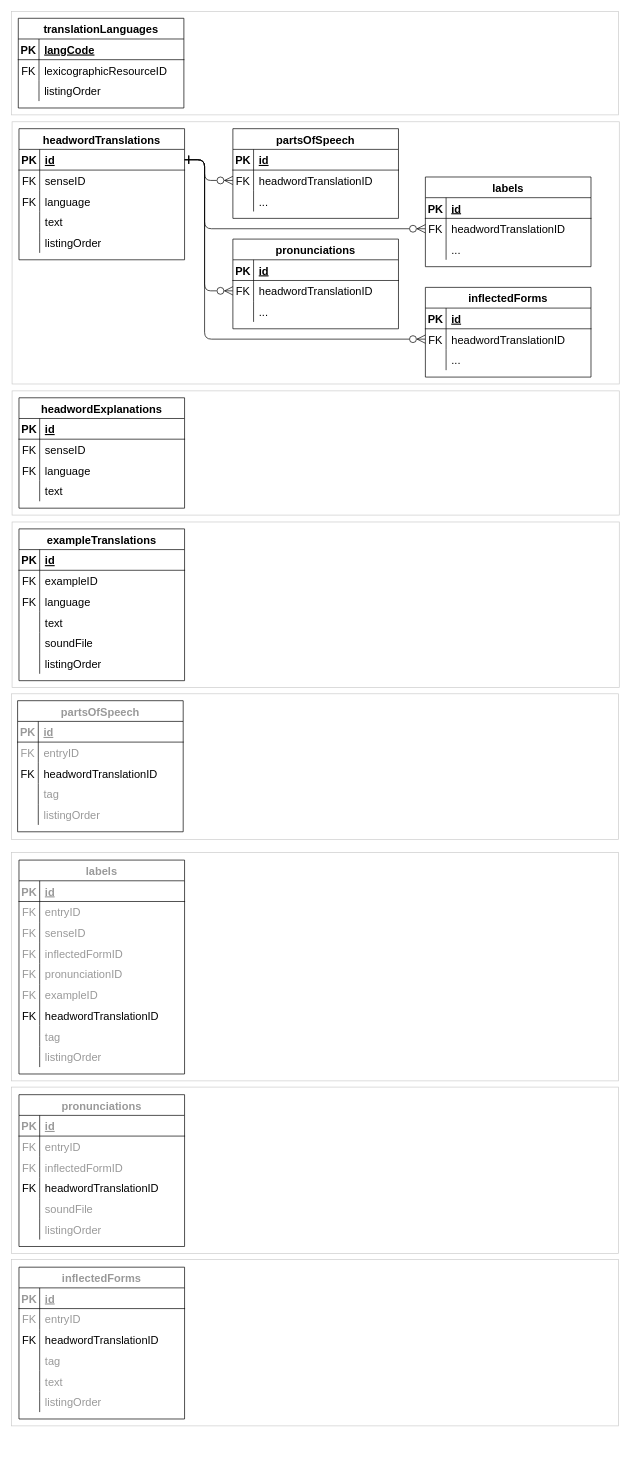
oasis-tcs/lexidma keeps this draw.io diagram as dmlex-v1.0/specification/modules/xlingual/databaseDiagrams/diagrams.drawio. Above is the earlier version. Source tidied: cells renumbered, new cells numbered last; positions are measured from the earlier drawing's top-left corner, leaving out a move shared by most shapes. Both pictures are drawn from the tidied source at 69%, with x=0, y=0 at pixel (11, 11).
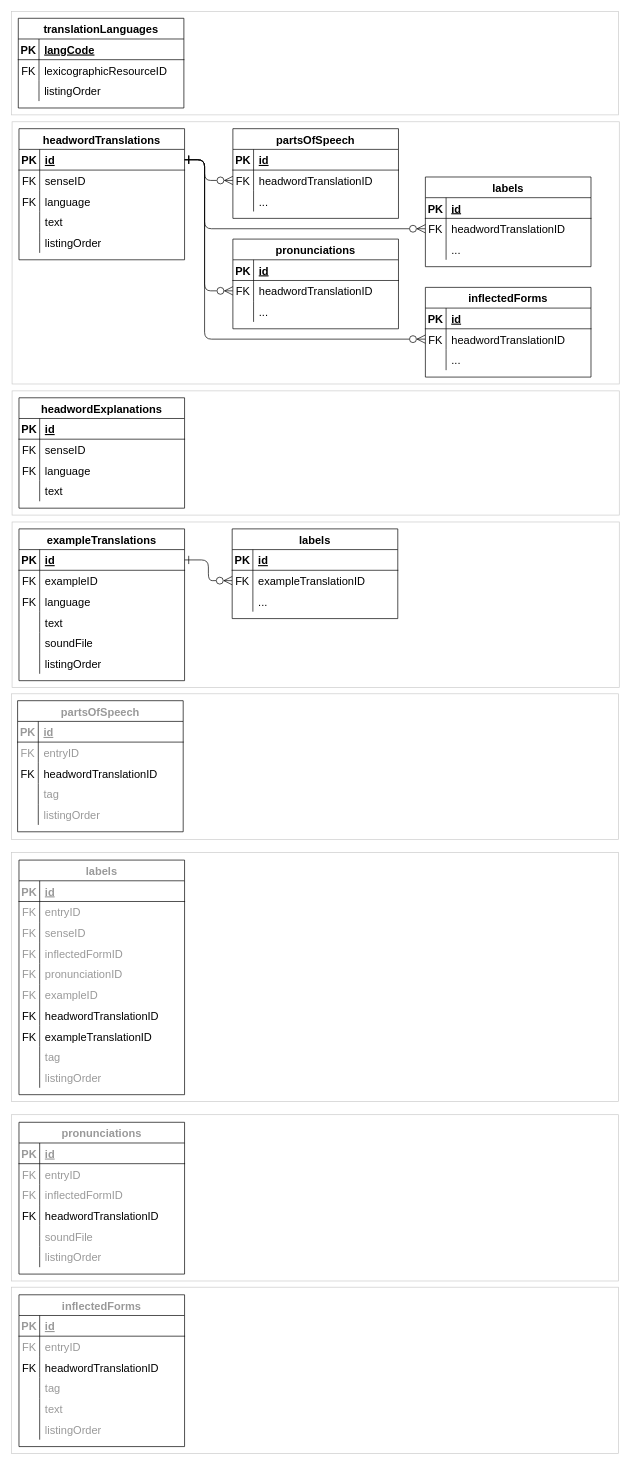
After the change.

Unchanged cells that the change refers to:
```xml
<mxCell id="66" style="shape=tableRow;horizontal=0;startSize=0;swimlaneHead=0;swimlaneBody=0;fillColor=none;points=[[0,0.5],[1,0.5]];portConstraint=eastwest;top=0;left=0;right=0;bottom=1;fontSize=16;" parent="65" vertex="1">
  <mxGeometry y="30" width="240" height="30" as="geometry" />
</mxCell>
```

Diff of the diagram source:
```diff
@@
     <mxCell id="2" style="rounded=0;whiteSpace=wrap;html=1;strokeColor=#CCCCCC;" parent="1" vertex="1">
-      <mxGeometry y="1809" width="880" height="241" as="geometry" />
+      <mxGeometry y="1849" width="880" height="241" as="geometry" />
     </mxCell>
     <mxCell id="3" style="rounded=0;whiteSpace=wrap;html=1;strokeColor=#CCCCCC;" parent="1" vertex="1">
-      <mxGeometry y="1559" width="880" height="241" as="geometry" />
+      <mxGeometry y="1599" width="880" height="241" as="geometry" />
     </mxCell>
     <mxCell id="4" style="rounded=0;whiteSpace=wrap;html=1;strokeColor=#CCCCCC;" parent="1" vertex="1">
-      <mxGeometry y="1219" width="880" height="331" as="geometry" />
+      <mxGeometry y="1219" width="880" height="361" as="geometry" />
     </mxCell>
@@
     <mxCell id="128" value="labels" style="shape=table;startSize=30;childLayout=tableLayout;rowLines=0;fontStyle=1;align=center;fontSize=16;fontColor=#999999;" parent="1" vertex="1">
-      <mxGeometry x="11" y="1230" width="240" height="310" as="geometry" />
+      <mxGeometry x="11" y="1230" width="240" height="340" as="geometry" />
     </mxCell>
@@
+    <mxCell id="194" style="shape=tableRow;horizontal=0;startSize=0;swimlaneHead=0;swimlaneBody=0;fillColor=none;top=0;left=0;right=0;bottom=0;fontSize=16;" parent="128" vertex="1">
+      <mxGeometry y="240" width="240" height="30" as="geometry" />
+    </mxCell>
+    <mxCell id="195" value="FK" style="shape=partialRectangle;fillColor=none;top=0;left=0;bottom=0;right=0;overflow=hidden;fontSize=16;" parent="194" vertex="1">
+      <mxGeometry width="30" height="30" as="geometry" />
+    </mxCell>
+    <mxCell id="196" value="exampleTranslationID" style="shape=partialRectangle;fillColor=none;top=0;left=0;bottom=0;right=0;align=left;spacingLeft=6;overflow=hidden;fontSize=16;" parent="194" vertex="1">
+      <mxGeometry x="30" width="210" height="30" as="geometry" />
+    </mxCell>
     <mxCell id="150" style="shape=tableRow;horizontal=0;startSize=0;swimlaneHead=0;swimlaneBody=0;fillColor=none;top=0;left=0;right=0;bottom=0;fontSize=16;fontColor=#999999;" parent="128" vertex="1">
-      <mxGeometry y="240" width="240" height="30" as="geometry" />
+      <mxGeometry y="270" width="240" height="30" as="geometry" />
     </mxCell>
@@
     <mxCell id="153" style="shape=tableRow;horizontal=0;startSize=0;swimlaneHead=0;swimlaneBody=0;fillColor=none;top=0;left=0;right=0;bottom=0;fontSize=16;fontColor=#999999;" parent="128" vertex="1">
-      <mxGeometry y="270" width="240" height="30" as="geometry" />
+      <mxGeometry y="300" width="240" height="30" as="geometry" />
     </mxCell>
@@
     <mxCell id="156" value="pronunciations" style="shape=table;startSize=30;childLayout=tableLayout;rowLines=0;fontStyle=1;align=center;fontSize=16;fontColor=#999999;" parent="1" vertex="1">
-      <mxGeometry x="11" y="1570" width="240" height="220" as="geometry" />
+      <mxGeometry x="11" y="1610" width="240" height="220" as="geometry" />
     </mxCell>
@@
     <mxCell id="175" value="inflectedForms" style="shape=table;startSize=30;childLayout=tableLayout;rowLines=0;fontStyle=1;align=center;fontSize=16;fontColor=#999999;" parent="1" vertex="1">
-      <mxGeometry x="11" y="1820" width="240" height="220" as="geometry" />
+      <mxGeometry x="11" y="1860" width="240" height="220" as="geometry" />
     </mxCell>
@@
+    <mxCell id="197" value="labels" style="shape=table;startSize=30;childLayout=tableLayout;rowLines=0;fontStyle=1;align=center;fontSize=16;" parent="1" vertex="1">
+      <mxGeometry x="320" y="750" width="240" height="130" as="geometry" />
+    </mxCell>
+    <mxCell id="198" style="shape=tableRow;horizontal=0;startSize=0;swimlaneHead=0;swimlaneBody=0;fillColor=none;top=0;left=0;right=0;bottom=1;fontSize=16;" parent="197" vertex="1">
+      <mxGeometry y="30" width="240" height="30" as="geometry" />
+    </mxCell>
+    <mxCell id="199" value="PK" style="shape=partialRectangle;fillColor=none;top=0;left=0;bottom=0;right=0;fontStyle=1;overflow=hidden;fontSize=16;" parent="198" vertex="1">
+      <mxGeometry width="30" height="30" as="geometry" />
+    </mxCell>
+    <mxCell id="200" value="id" style="shape=partialRectangle;fillColor=none;top=0;left=0;bottom=0;right=0;align=left;spacingLeft=6;fontStyle=5;overflow=hidden;fontSize=16;" parent="198" vertex="1">
+      <mxGeometry x="30" width="210" height="30" as="geometry" />
+    </mxCell>
+    <mxCell id="201" style="shape=tableRow;horizontal=0;startSize=0;swimlaneHead=0;swimlaneBody=0;fillColor=none;points=[[0,0.5],[1,0.5]];portConstraint=eastwest;top=0;left=0;right=0;bottom=0;fontSize=16;" parent="197" vertex="1">
+      <mxGeometry y="60" width="240" height="30" as="geometry" />
+    </mxCell>
+    <mxCell id="202" value="FK" style="shape=partialRectangle;fillColor=none;top=0;left=0;bottom=0;right=0;overflow=hidden;fontSize=16;" parent="201" vertex="1">
+      <mxGeometry width="30" height="30" as="geometry" />
+    </mxCell>
+    <mxCell id="203" value="exampleTranslationID" style="shape=partialRectangle;fillColor=none;top=0;left=0;bottom=0;right=0;align=left;spacingLeft=6;overflow=hidden;fontSize=16;" parent="201" vertex="1">
+      <mxGeometry x="30" width="210" height="30" as="geometry" />
+    </mxCell>
+    <mxCell id="204" style="shape=tableRow;horizontal=0;startSize=0;swimlaneHead=0;swimlaneBody=0;fillColor=none;top=0;left=0;right=0;bottom=0;fontSize=16;" parent="197" vertex="1">
+      <mxGeometry y="90" width="240" height="30" as="geometry" />
+    </mxCell>
+    <mxCell id="205" style="shape=partialRectangle;fillColor=none;top=0;left=0;bottom=0;right=0;overflow=hidden;fontSize=16;" parent="204" vertex="1">
+      <mxGeometry width="30" height="30" as="geometry" />
+    </mxCell>
+    <mxCell id="206" value="..." style="shape=partialRectangle;fillColor=none;top=0;left=0;bottom=0;right=0;align=left;spacingLeft=6;overflow=hidden;fontSize=16;" parent="204" vertex="1">
+      <mxGeometry x="30" width="210" height="30" as="geometry" />
+    </mxCell>
+    <mxCell id="207" style="edgeStyle=orthogonalEdgeStyle;rounded=1;jettySize=auto;html=1;exitX=1;exitY=0.5;exitDx=0;exitDy=0;endArrow=ERzeroToMany;startArrow=ERone;startFill=0;endFill=0;startSize=10;endSize=10;" parent="1" edge="1" source="66" target="201">
+      <mxGeometry relative="1" as="geometry" />
+    </mxCell>
```
